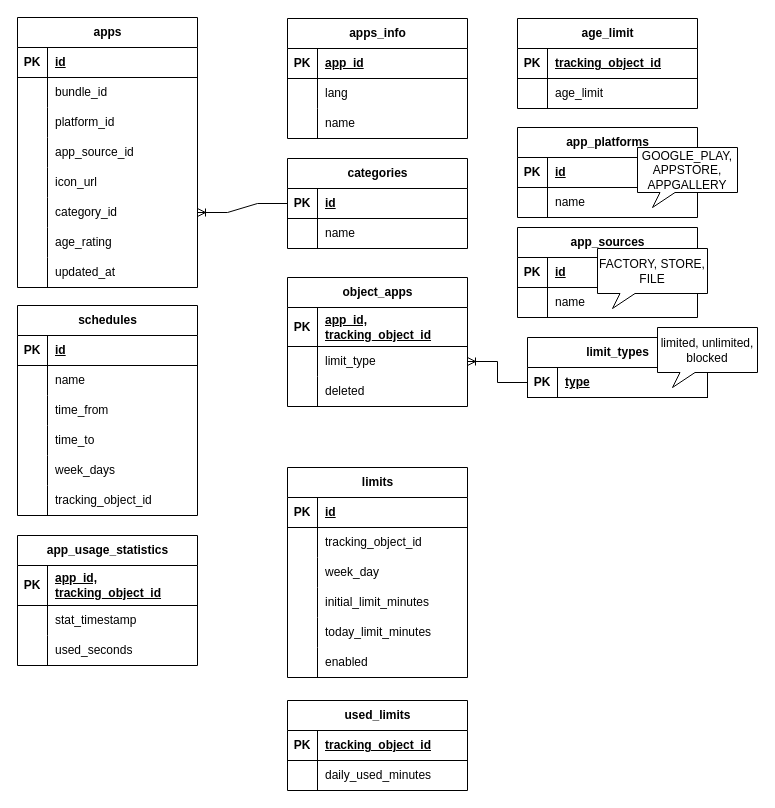
satmurat/transfer keeps this draw.io diagram as Диаграмма без названия.drawio. Above is the earlier version. Source tidied: cells renumbered, new cells numbered last; positions are measured from the earlier drawing's top-left corner, leaving out a move shared by most shapes. Both pictures are drawn from the tidied source at 100%, with x=0, y=0 at pixel (17, 17).
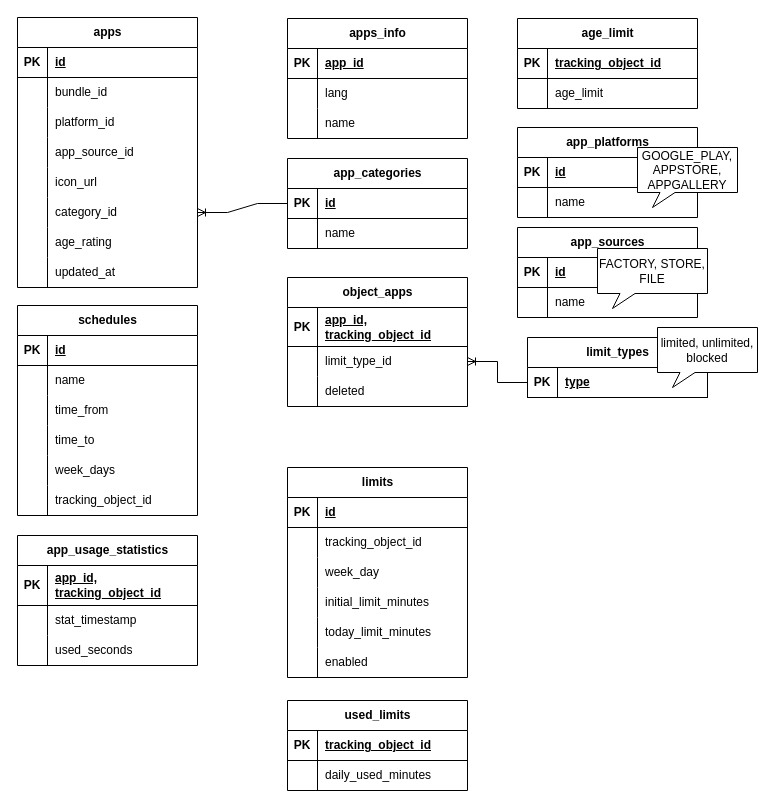
After the change.

The change refers to these unchanged cells:
```xml
<mxCell id="58" style="shape=tableRow;horizontal=0;startSize=0;swimlaneHead=0;swimlaneBody=0;fillColor=none;points=[[0,0.5],[1,0.5]];portConstraint=eastwest;top=0;left=0;right=0;bottom=0;" parent="54" vertex="1">
  <mxGeometry y="69" width="180" height="30" as="geometry" />
</mxCell>
```

The edit, as a diff of the source:
```diff
@@
-    <mxCell id="27" value="categories" style="shape=table;startSize=30;childLayout=tableLayout;rowLines=0;fontStyle=1;align=center;html=1;" parent="1" vertex="1">
+    <mxCell id="27" value="app_categories" style="shape=table;startSize=30;childLayout=tableLayout;rowLines=0;fontStyle=1;align=center;html=1;" parent="1" vertex="1">
       <mxGeometry x="270" y="141" width="180" height="90" as="geometry" />
     </mxCell>
@@
-    <mxCell id="60" value="limit_type" style="shape=partialRectangle;fillColor=none;top=0;left=0;bottom=0;right=0;align=left;spacingLeft=6;overflow=hidden;whiteSpace=wrap;html=1;" parent="58" vertex="1">
+    <mxCell id="60" value="limit_type_id" style="shape=partialRectangle;fillColor=none;top=0;left=0;bottom=0;right=0;align=left;spacingLeft=6;overflow=hidden;whiteSpace=wrap;html=1;" parent="58" vertex="1">
       <mxGeometry x="30" width="150" height="30" as="geometry" />
     </mxCell>
```
